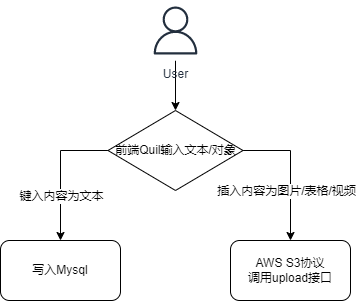
The draw.io diagram img/4.8.drawio.png in 5ycrow/drawio, before a commit. Source tidied: cells renumbered, new cells last; positions are measured from the earlier drawing's top-left corner, leaving out a move shared by most shapes.
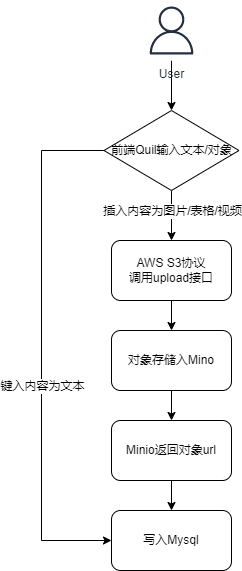
The same diagram one commit later.

Change to the diagram source:
```diff
@@ -8,10 +8,11 @@
     <mxCell id="3" value="User" style="sketch=0;outlineConnect=0;fontColor=#232F3E;gradientColor=none;strokeColor=#232F3E;fillColor=#ffffff;dashed=0;verticalLabelPosition=bottom;verticalAlign=top;align=center;html=1;fontSize=12;fontStyle=0;shape=mxgraph.aws4.resourceIcon;resIcon=mxgraph.aws4.user;" parent="1" vertex="1">
       <mxGeometry x="145" width="60" height="60" as="geometry" />
     </mxCell>
-    <mxCell id="4" style="edgeStyle=orthogonalEdgeStyle;rounded=0;jettySize=auto;html=1;entryX=0.5;entryY=0;entryDx=0;entryDy=0;" parent="1" edge="1" source="7" target="8">
+    <mxCell id="4" style="edgeStyle=orthogonalEdgeStyle;rounded=0;jettySize=auto;html=1;entryX=0;entryY=0.5;entryDx=0;entryDy=0;" parent="1" edge="1" source="7" target="8">
       <mxGeometry relative="1" as="geometry">
         <Array as="points">
-          <mxPoint x="60" y="150" />
+          <mxPoint x="45" y="150" />
+          <mxPoint x="45" y="540" />
         </Array>
       </mxGeometry>
     </mxCell>
@@ -23,7 +24,8 @@
     <mxCell id="6" style="edgeStyle=orthogonalEdgeStyle;rounded=0;jettySize=auto;html=1;entryX=0.5;entryY=0;entryDx=0;entryDy=0;" parent="1" edge="1" source="7" target="9">
       <mxGeometry relative="1" as="geometry">
         <Array as="points">
-          <mxPoint x="290" y="150" />
+          <mxPoint x="175" y="240" />
+          <mxPoint x="175" y="240" />
         </Array>
       </mxGeometry>
     </mxCell>
@@ -31,13 +33,28 @@
       <mxGeometry x="107.5" y="110" width="135" height="80" as="geometry" />
     </mxCell>
     <mxCell id="8" value="写入Mysql" style="rounded=1;whiteSpace=wrap;html=1;" parent="1" vertex="1">
-      <mxGeometry y="240" width="120" height="60" as="geometry" />
+      <mxGeometry x="115" y="510" width="120" height="60" as="geometry" />
     </mxCell>
+    <mxCell id="11" style="edgeStyle=orthogonalEdgeStyle;rounded=0;jettySize=auto;html=1;exitX=0.5;exitY=1;exitDx=0;exitDy=0;entryX=0.5;entryY=0;entryDx=0;entryDy=0;" parent="1" edge="1" source="9" target="13">
+      <mxGeometry relative="1" as="geometry" />
+    </mxCell>
     <mxCell id="9" value="AWS S3协议&lt;br&gt;调用upload接口" style="rounded=1;whiteSpace=wrap;html=1;" parent="1" vertex="1">
-      <mxGeometry x="230" y="240" width="120" height="60" as="geometry" />
+      <mxGeometry x="115" y="240" width="120" height="60" as="geometry" />
     </mxCell>
     <mxCell id="10" value="插入内容为图片/表格/视频" style="edgeLabel;html=1;align=center;verticalAlign=middle;" parent="1" vertex="1">
-      <mxGeometry x="285" y="190" as="geometry" />
+      <mxGeometry x="175" y="210" as="geometry" />
     </mxCell>
+    <mxCell id="12" style="edgeStyle=orthogonalEdgeStyle;rounded=0;jettySize=auto;html=1;entryX=0.5;entryY=0;entryDx=0;entryDy=0;" parent="1" edge="1" source="13" target="15">
+      <mxGeometry relative="1" as="geometry" />
+    </mxCell>
+    <mxCell id="13" value="对象存储入Mino" style="rounded=1;whiteSpace=wrap;html=1;" parent="1" vertex="1">
+      <mxGeometry x="115" y="330" width="120" height="60" as="geometry" />
+    </mxCell>
+    <mxCell id="14" style="edgeStyle=orthogonalEdgeStyle;rounded=0;jettySize=auto;html=1;entryX=0.5;entryY=0;entryDx=0;entryDy=0;" parent="1" edge="1" source="15" target="8">
+      <mxGeometry relative="1" as="geometry" />
+    </mxCell>
+    <mxCell id="15" value="Minio返回对象url" style="rounded=1;whiteSpace=wrap;html=1;" parent="1" vertex="1">
+      <mxGeometry x="115" y="420" width="120" height="60" as="geometry" />
+    </mxCell>
   </root>
 </mxGraphModel>
```
